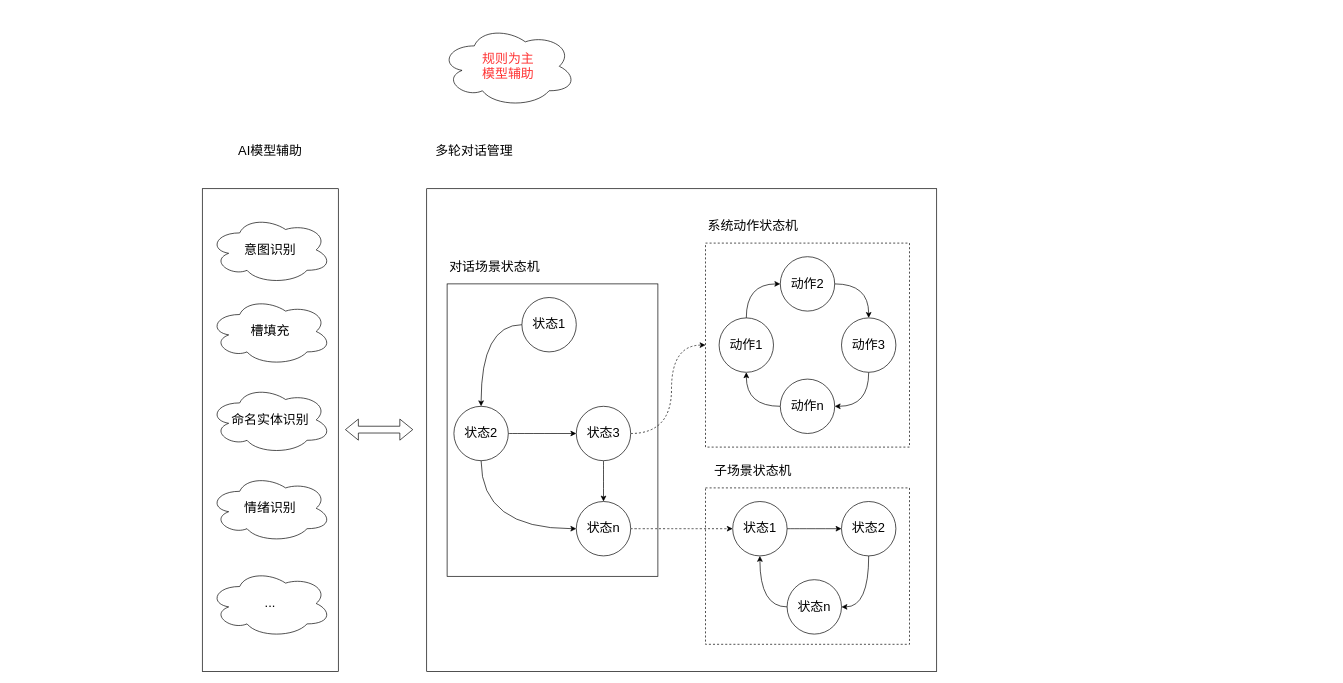
Before: 对话管理算法.drawio in xyhvictor/drawio, a draw.io diagram. Source tidied: cells renumbered, new cells numbered last; positions are measured from the earlier drawing's top-left corner, leaving out a move shared by most shapes. Both pictures are drawn from the tidied source at 68%, with x=0, y=0 at pixel (202, 25).
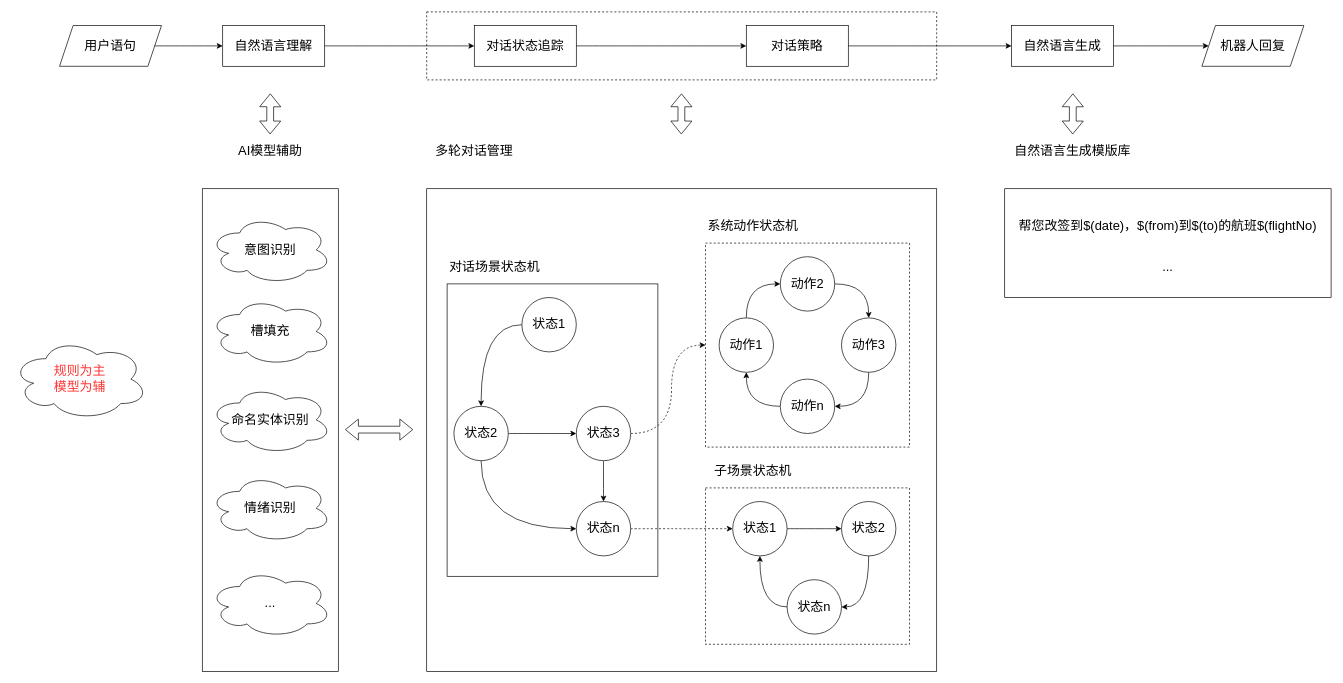
The same diagram, later.

Commit message:
更新对话管理算法.drawio

Diff of the diagram source:
```diff
@@
-    <mxCell id="41" value="&lt;font color=&quot;#ff3333&quot;&gt;规则为主&lt;br&gt;模型辅助&lt;/font&gt;" style="ellipse;shape=cloud;whiteSpace=wrap;html=1;fontSize=19;fillColor=none;" parent="1" vertex="1">
-      <mxGeometry x="350" width="200" height="120" as="geometry" />
+    <mxCell id="41" value="&lt;font color=&quot;#ff3333&quot;&gt;规则为主&lt;br&gt;模型为辅&lt;/font&gt;" style="ellipse;shape=cloud;whiteSpace=wrap;html=1;fontSize=19;fillColor=none;" parent="1" vertex="1">
+      <mxGeometry x="-280" y="460" width="200" height="120" as="geometry" />
     </mxCell>
@@
+    <mxCell id="43" style="edgeStyle=orthogonalEdgeStyle;curved=1;rounded=0;jettySize=auto;html=1;exitX=1;exitY=0.5;exitDx=0;exitDy=0;entryX=0;entryY=0.5;entryDx=0;entryDy=0;fontSize=19;fontColor=#000000;" parent="1" edge="1" source="44" target="46">
+      <mxGeometry relative="1" as="geometry" />
+    </mxCell>
+    <mxCell id="44" value="&lt;font color=&quot;#000000&quot;&gt;用户语句&lt;/font&gt;" style="shape=parallelogram;perimeter=parallelogramPerimeter;whiteSpace=wrap;html=1;fixedSize=1;fontSize=19;fontColor=#FF3333;fillColor=none;" parent="1" vertex="1">
+      <mxGeometry x="-210" width="150" height="60" as="geometry" />
+    </mxCell>
+    <mxCell id="45" style="edgeStyle=orthogonalEdgeStyle;curved=1;rounded=0;jettySize=auto;html=1;exitX=1;exitY=0.5;exitDx=0;exitDy=0;entryX=0;entryY=0.5;entryDx=0;entryDy=0;fontSize=19;fontColor=#000000;" parent="1" edge="1" source="46" target="48">
+      <mxGeometry relative="1" as="geometry" />
+    </mxCell>
+    <mxCell id="46" value="自然语言理解" style="rounded=0;whiteSpace=wrap;html=1;fontSize=19;fontColor=#000000;fillColor=none;" parent="1" vertex="1">
+      <mxGeometry x="30" width="150" height="60" as="geometry" />
+    </mxCell>
+    <mxCell id="47" style="edgeStyle=orthogonalEdgeStyle;curved=1;rounded=0;jettySize=auto;html=1;exitX=1;exitY=0.5;exitDx=0;exitDy=0;entryX=0;entryY=0.5;entryDx=0;entryDy=0;fontSize=19;fontColor=#000000;" parent="1" edge="1" source="48" target="50">
+      <mxGeometry relative="1" as="geometry" />
+    </mxCell>
+    <mxCell id="48" value="对话状态追踪" style="rounded=0;whiteSpace=wrap;html=1;fontSize=19;fontColor=#000000;fillColor=none;" parent="1" vertex="1">
+      <mxGeometry x="400" width="150" height="60" as="geometry" />
+    </mxCell>
+    <mxCell id="49" style="edgeStyle=orthogonalEdgeStyle;curved=1;rounded=0;jettySize=auto;html=1;exitX=1;exitY=0.5;exitDx=0;exitDy=0;entryX=0;entryY=0.5;entryDx=0;entryDy=0;fontSize=19;fontColor=#000000;" parent="1" edge="1" source="50" target="52">
+      <mxGeometry relative="1" as="geometry" />
+    </mxCell>
+    <mxCell id="50" value="对话策略" style="rounded=0;whiteSpace=wrap;html=1;fontSize=19;fontColor=#000000;fillColor=none;" parent="1" vertex="1">
+      <mxGeometry x="800" width="150" height="60" as="geometry" />
+    </mxCell>
+    <mxCell id="51" style="edgeStyle=orthogonalEdgeStyle;curved=1;rounded=0;jettySize=auto;html=1;exitX=1;exitY=0.5;exitDx=0;exitDy=0;entryX=0;entryY=0.5;entryDx=0;entryDy=0;fontSize=19;fontColor=#000000;" parent="1" edge="1" source="52" target="53">
+      <mxGeometry relative="1" as="geometry" />
+    </mxCell>
+    <mxCell id="52" value="自然语言生成" style="rounded=0;whiteSpace=wrap;html=1;fontSize=19;fontColor=#000000;fillColor=none;" parent="1" vertex="1">
+      <mxGeometry x="1190" width="150" height="60" as="geometry" />
+    </mxCell>
+    <mxCell id="53" value="&lt;font color=&quot;#000000&quot;&gt;&lt;span&gt;机器人回复&lt;/span&gt;&lt;/font&gt;" style="shape=parallelogram;perimeter=parallelogramPerimeter;whiteSpace=wrap;html=1;fixedSize=1;fontSize=19;fontColor=#FF3333;fillColor=none;" parent="1" vertex="1">
+      <mxGeometry x="1470" width="150" height="60" as="geometry" />
+    </mxCell>
+    <mxCell id="54" style="shape=flexArrow;endArrow=classic;startArrow=classic;html=1;rounded=0;fontSize=19;fontColor=#000000;curved=1;" parent="1" edge="1">
+      <mxGeometry relative="1" as="geometry">
+        <mxPoint x="99.7" y="160" as="sourcePoint" />
+        <mxPoint x="100" y="100" as="targetPoint" />
+      </mxGeometry>
+    </mxCell>
+    <mxCell id="55" style="rounded=0;whiteSpace=wrap;html=1;fontSize=19;fontColor=#000000;fillColor=none;dashed=1;" parent="1" vertex="1">
+      <mxGeometry x="330" y="-20" width="750" height="100" as="geometry" />
+    </mxCell>
+    <mxCell id="56" style="shape=flexArrow;endArrow=classic;startArrow=classic;html=1;rounded=0;fontSize=19;fontColor=#000000;curved=1;" parent="1" edge="1">
+      <mxGeometry relative="1" as="geometry">
+        <mxPoint x="704.4" y="160" as="sourcePoint" />
+        <mxPoint x="704.7" y="100" as="targetPoint" />
+      </mxGeometry>
+    </mxCell>
+    <mxCell id="57" value="帮您改签到$(date)，$(from)到$(to)的航班$(flightNo)" style="text;html=1;strokeColor=none;fillColor=none;align=center;verticalAlign=middle;whiteSpace=wrap;rounded=0;dashed=1;fontSize=19;fontColor=#000000;" parent="1" vertex="1">
+      <mxGeometry x="1190" y="280" width="460" height="30" as="geometry" />
+    </mxCell>
+    <mxCell id="58" value="..." style="text;html=1;strokeColor=none;fillColor=none;align=center;verticalAlign=middle;whiteSpace=wrap;rounded=0;dashed=1;fontSize=19;fontColor=#000000;" parent="1" vertex="1">
+      <mxGeometry x="1190" y="340" width="460" height="30" as="geometry" />
+    </mxCell>
+    <mxCell id="59" style="rounded=0;whiteSpace=wrap;html=1;fontSize=19;fillColor=none;" parent="1" vertex="1">
+      <mxGeometry x="1180" y="240" width="480" height="160" as="geometry" />
+    </mxCell>
+    <mxCell id="60" value="自然语言生成模版库" style="text;html=1;strokeColor=none;fillColor=none;align=center;verticalAlign=middle;whiteSpace=wrap;rounded=0;dashed=1;fontSize=19;" parent="1" vertex="1">
+      <mxGeometry x="1180" y="170" width="200" height="30" as="geometry" />
+    </mxCell>
+    <mxCell id="61" style="shape=flexArrow;endArrow=classic;startArrow=classic;html=1;rounded=0;fontSize=19;fontColor=#000000;curved=1;" parent="1" edge="1">
+      <mxGeometry relative="1" as="geometry">
+        <mxPoint x="1280" y="160" as="sourcePoint" />
+        <mxPoint x="1280.3" y="100" as="targetPoint" />
+      </mxGeometry>
+    </mxCell>
```
